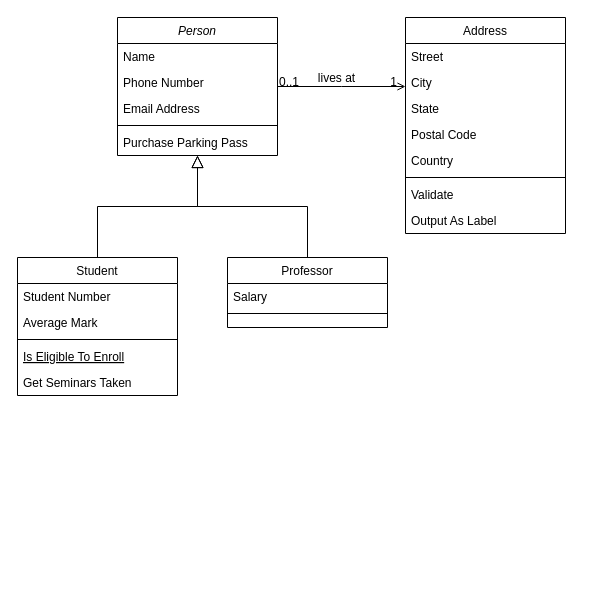
walid2406/Gestion_de_caisse keeps this draw.io diagram as Untitled Diagram.drawio. Above is the earlier version. Source tidied: cells renumbered, new cells numbered last; positions are measured from the earlier drawing's top-left corner, leaving out a move shared by most shapes. Both pictures are drawn from the tidied source at 100%, with x=0, y=0 at pixel (17, 17).
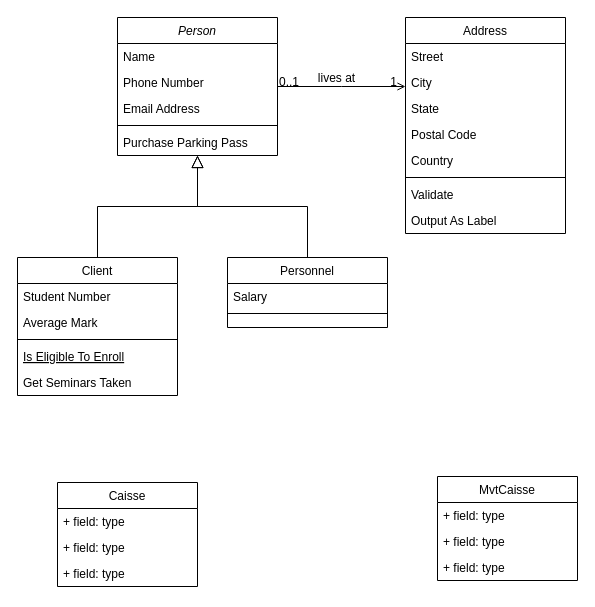
Above is the later version.

What changed in the source:
```diff
@@
-    <mxCell id="8" value="Student" style="swimlane;fontStyle=0;align=center;verticalAlign=top;horizontal=1;startSize=26;rounded=0;shadow=0;strokeWidth=1;" parent="1" vertex="1">
+    <mxCell id="8" value="Client" style="swimlane;fontStyle=0;align=center;verticalAlign=top;horizontal=1;startSize=26;rounded=0;shadow=0;strokeWidth=1;" parent="1" vertex="1">
       <mxGeometry y="240" width="160" height="138" as="geometry" />
     </mxCell>
@@
-    <mxCell id="15" value="Professor" style="swimlane;fontStyle=0;align=center;verticalAlign=top;horizontal=1;startSize=26;rounded=0;shadow=0;strokeWidth=1;" parent="1" vertex="1">
+    <mxCell id="15" value="Personnel" style="swimlane;fontStyle=0;align=center;verticalAlign=top;horizontal=1;startSize=26;rounded=0;shadow=0;strokeWidth=1;" parent="1" vertex="1">
       <mxGeometry x="210" y="240" width="160" height="70" as="geometry" />
     </mxCell>
@@
+    <mxCell id="32" value="Caisse" style="swimlane;fontStyle=0;horizontal=1;startSize=26;fillColor=none;" parent="1" vertex="1">
+      <mxGeometry x="40" y="465" width="140" height="104" as="geometry" />
+    </mxCell>
+    <mxCell id="33" value="+ field: type" style="text;strokeColor=none;fillColor=none;align=left;verticalAlign=top;spacingLeft=4;spacingRight=4;overflow=hidden;" parent="32" vertex="1">
+      <mxGeometry y="26" width="140" height="26" as="geometry" />
+    </mxCell>
+    <mxCell id="34" value="+ field: type" style="text;strokeColor=none;fillColor=none;align=left;verticalAlign=top;spacingLeft=4;spacingRight=4;overflow=hidden;" parent="32" vertex="1">
+      <mxGeometry y="52" width="140" height="26" as="geometry" />
+    </mxCell>
+    <mxCell id="35" value="+ field: type" style="text;strokeColor=none;fillColor=none;align=left;verticalAlign=top;spacingLeft=4;spacingRight=4;overflow=hidden;" parent="32" vertex="1">
+      <mxGeometry y="78" width="140" height="26" as="geometry" />
+    </mxCell>
+    <mxCell id="36" value="MvtCaisse" style="swimlane;fontStyle=0;horizontal=1;startSize=26;fillColor=none;" parent="1" vertex="1">
+      <mxGeometry x="420" y="459" width="140" height="104" as="geometry" />
+    </mxCell>
+    <mxCell id="37" value="+ field: type" style="text;strokeColor=none;fillColor=none;align=left;verticalAlign=top;spacingLeft=4;spacingRight=4;overflow=hidden;" parent="36" vertex="1">
+      <mxGeometry y="26" width="140" height="26" as="geometry" />
+    </mxCell>
+    <mxCell id="38" value="+ field: type" style="text;strokeColor=none;fillColor=none;align=left;verticalAlign=top;spacingLeft=4;spacingRight=4;overflow=hidden;" parent="36" vertex="1">
+      <mxGeometry y="52" width="140" height="26" as="geometry" />
+    </mxCell>
+    <mxCell id="39" value="+ field: type" style="text;strokeColor=none;fillColor=none;align=left;verticalAlign=top;spacingLeft=4;spacingRight=4;overflow=hidden;" parent="36" vertex="1">
+      <mxGeometry y="78" width="140" height="26" as="geometry" />
+    </mxCell>
```
